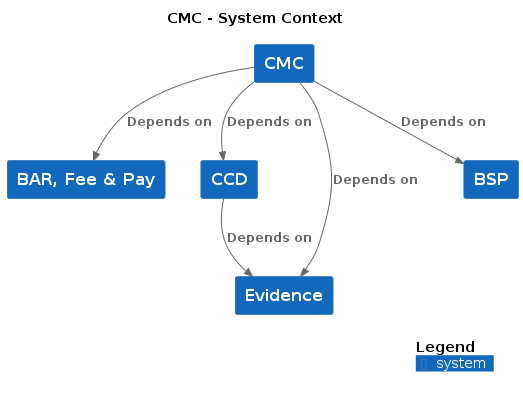
The PlantUML diagram docs/c4/cmc/images/structurizr-cmc-context.png in hmcts/cnp-api-docs, before a commit.
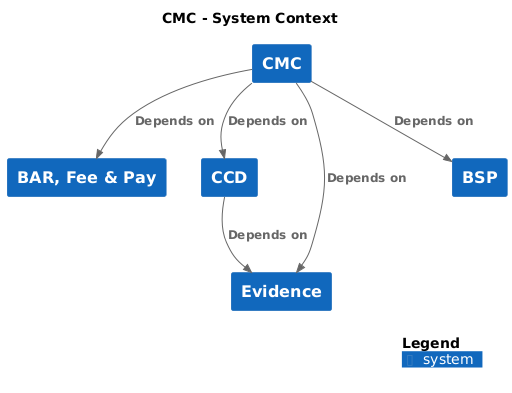
The same diagram one commit later.

What changed in the source:
```diff
@@ -13,11 +13,11 @@
 System(BSP, "BSP", $descr="", $tags="", $link="")
 System(CMC, "CMC", $descr="", $tags="", $link="")
 
-Rel_D(CCD, Evidence, "Depends on", $techn="", $tags="", $link="")
-Rel_D(CMC, BARFeePay, "Depends on", $techn="", $tags="", $link="")
-Rel_D(CMC, CCD, "Depends on", $techn="", $tags="", $link="")
-Rel_D(CMC, Evidence, "Depends on", $techn="", $tags="", $link="")
-Rel_D(CMC, BSP, "Depends on", $techn="", $tags="", $link="")
+Rel(CCD, Evidence, "Depends on", $techn="", $tags="", $link="")
+Rel(CMC, BARFeePay, "Depends on", $techn="", $tags="", $link="")
+Rel(CMC, CCD, "Depends on", $techn="", $tags="", $link="")
+Rel(CMC, Evidence, "Depends on", $techn="", $tags="", $link="")
+Rel(CMC, BSP, "Depends on", $techn="", $tags="", $link="")
 
 SHOW_DYNAMIC_LEGEND()
 @enduml
```
